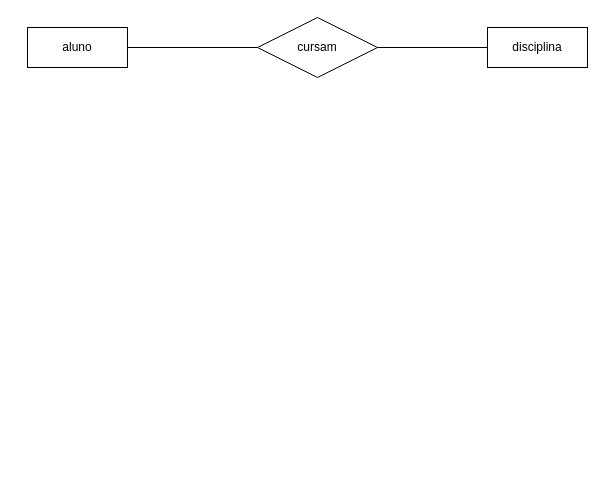
Above: modelorelacional.drawio in rebeccajanuario/MER (draw.io), before the change. Source tidied: cells renumbered, new cells numbered last; positions are measured from the earlier drawing's top-left corner, leaving out a move shared by most shapes. Both pictures are drawn from the tidied source at 100%, with x=0, y=0 at pixel (27, 17).
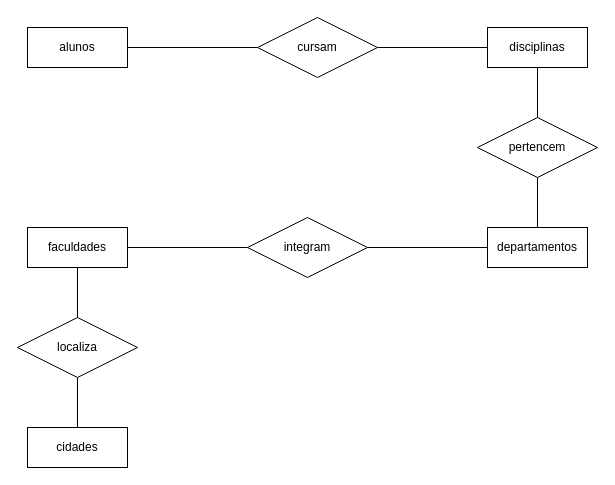
Above is the later version.

Change to the diagram source:
```diff
@@
-    <mxCell id="2" value="aluno" style="whiteSpace=wrap;html=1;align=center;" parent="1" vertex="1">
+    <mxCell id="2" value="alunos" style="whiteSpace=wrap;html=1;align=center;" parent="1" vertex="1">
       <mxGeometry y="10" width="100" height="40" as="geometry" />
     </mxCell>
-    <mxCell id="3" value="disciplina" style="whiteSpace=wrap;html=1;align=center;" parent="1" vertex="1">
+    <mxCell id="3" value="disciplinas" style="whiteSpace=wrap;html=1;align=center;" parent="1" vertex="1">
       <mxGeometry x="460" y="10" width="100" height="40" as="geometry" />
     </mxCell>
@@
+    <mxCell id="7" value="departamentos" style="whiteSpace=wrap;html=1;align=center;" parent="1" vertex="1">
+      <mxGeometry x="460" y="210" width="100" height="40" as="geometry" />
+    </mxCell>
+    <mxCell id="8" value="pertencem" style="shape=rhombus;perimeter=rhombusPerimeter;whiteSpace=wrap;html=1;align=center;" parent="1" vertex="1">
+      <mxGeometry x="450" y="100" width="120" height="60" as="geometry" />
+    </mxCell>
+    <mxCell id="9" style="endArrow=none;html=1;rounded=0;entryX=0.5;entryY=1;entryDx=0;entryDy=0;exitX=0.5;exitY=0;exitDx=0;exitDy=0;" parent="1" edge="1" source="8" target="3">
+      <mxGeometry relative="1" as="geometry" />
+    </mxCell>
+    <mxCell id="10" style="endArrow=none;html=1;rounded=0;entryX=0.5;entryY=1;entryDx=0;entryDy=0;exitX=0.5;exitY=0;exitDx=0;exitDy=0;" parent="1" edge="1" source="7" target="8">
+      <mxGeometry relative="1" as="geometry" />
+    </mxCell>
+    <mxCell id="11" value="faculdades" style="whiteSpace=wrap;html=1;align=center;" parent="1" vertex="1">
+      <mxGeometry y="210" width="100" height="40" as="geometry" />
+    </mxCell>
+    <mxCell id="12" value="integram" style="shape=rhombus;perimeter=rhombusPerimeter;whiteSpace=wrap;html=1;align=center;" parent="1" vertex="1">
+      <mxGeometry x="220" y="200" width="120" height="60" as="geometry" />
+    </mxCell>
+    <mxCell id="13" style="endArrow=none;html=1;rounded=0;exitX=1;exitY=0.5;exitDx=0;exitDy=0;entryX=0;entryY=0.5;entryDx=0;entryDy=0;" parent="1" edge="1" source="11" target="12">
+      <mxGeometry relative="1" as="geometry" />
+    </mxCell>
+    <mxCell id="14" style="endArrow=none;html=1;rounded=0;exitX=1;exitY=0.5;exitDx=0;exitDy=0;entryX=0;entryY=0.5;entryDx=0;entryDy=0;" parent="1" edge="1" source="12" target="7">
+      <mxGeometry relative="1" as="geometry" />
+    </mxCell>
+    <mxCell id="15" value="cidades" style="whiteSpace=wrap;html=1;align=center;" parent="1" vertex="1">
+      <mxGeometry y="410" width="100" height="40" as="geometry" />
+    </mxCell>
+    <mxCell id="16" value="localiza" style="shape=rhombus;perimeter=rhombusPerimeter;whiteSpace=wrap;html=1;align=center;" parent="1" vertex="1">
+      <mxGeometry x="-10" y="300" width="120" height="60" as="geometry" />
+    </mxCell>
+    <mxCell id="17" style="endArrow=none;html=1;rounded=0;exitX=0.5;exitY=1;exitDx=0;exitDy=0;" parent="1" edge="1" source="11" target="16">
+      <mxGeometry relative="1" as="geometry" />
+    </mxCell>
+    <mxCell id="18" style="endArrow=none;html=1;rounded=0;exitX=0.5;exitY=1;exitDx=0;exitDy=0;entryX=0.5;entryY=0;entryDx=0;entryDy=0;" parent="1" edge="1" source="16" target="15">
+      <mxGeometry relative="1" as="geometry" />
+    </mxCell>
```
